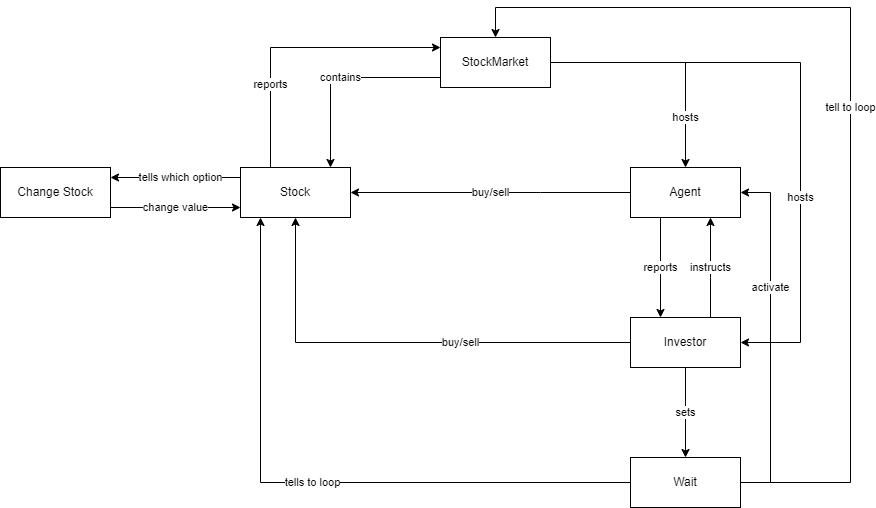
Above: final_project/documentation/system_block_diagram.png in zl8244/StockMarketSim (draw.io), before the change. Source tidied: cells renumbered, new cells last; positions are measured from the earlier drawing's top-left corner, leaving out a move shared by most shapes.
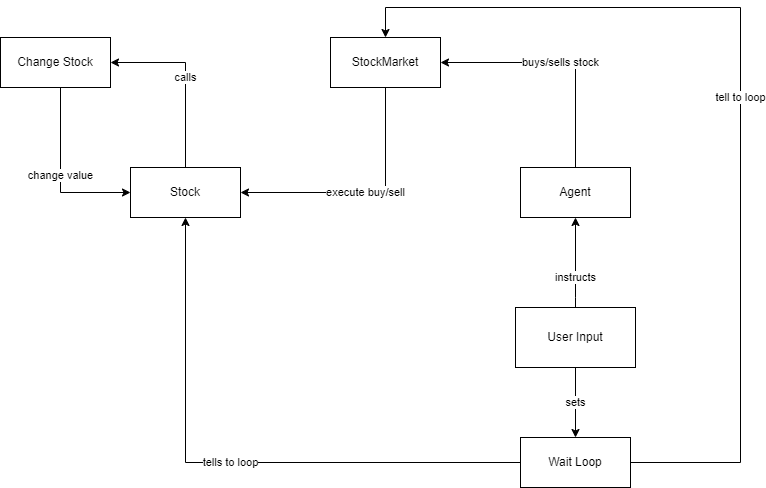
After the change.

Commit message:
Updated system block diagram

Diff of the diagram source:
```diff
@@ -2,118 +2,79 @@
   <root>
     <mxCell id="0" />
     <mxCell id="1" parent="0" />
-    <mxCell id="2" value="hosts" style="edgeStyle=orthogonalEdgeStyle;rounded=0;jettySize=auto;html=1;" parent="1" edge="1" source="5" target="11">
-      <mxGeometry x="0.58" relative="1" as="geometry" />
-    </mxCell>
-    <mxCell id="3" value="hosts" style="edgeStyle=orthogonalEdgeStyle;rounded=0;jettySize=auto;html=1;" parent="1" edge="1" source="5" target="15">
-      <mxGeometry x="0.31" relative="1" as="geometry">
-        <Array as="points">
-          <mxPoint x="800" y="55" />
-          <mxPoint x="800" y="335" />
-        </Array>
-      </mxGeometry>
-    </mxCell>
-    <mxCell id="4" value="contains" style="edgeStyle=orthogonalEdgeStyle;rounded=0;jettySize=auto;html=1;" parent="1" edge="1" source="5" target="8">
+    <mxCell id="4" value="execute buy/sell" style="edgeStyle=orthogonalEdgeStyle;rounded=0;jettySize=auto;html=1;" parent="1" edge="1" source="5" target="8">
       <mxGeometry relative="1" as="geometry">
         <Array as="points">
-          <mxPoint x="330" y="70" />
+          <mxPoint x="495" y="185" />
         </Array>
       </mxGeometry>
     </mxCell>
     <mxCell id="5" value="StockMarket" style="html=1;whiteSpace=wrap;" parent="1" vertex="1">
       <mxGeometry x="440" y="30" width="110" height="50" as="geometry" />
     </mxCell>
-    <mxCell id="6" value="reports" style="edgeStyle=orthogonalEdgeStyle;rounded=0;jettySize=auto;html=1;" parent="1" edge="1" source="8" target="5">
-      <mxGeometry x="-0.43" relative="1" as="geometry">
-        <Array as="points">
-          <mxPoint x="270" y="40" />
-        </Array>
-      </mxGeometry>
-    </mxCell>
-    <mxCell id="7" value="tells which option" style="edgeStyle=orthogonalEdgeStyle;rounded=0;jettySize=auto;html=1;" parent="1" edge="1" source="8" target="21">
-      <mxGeometry x="-0.08" relative="1" as="geometry">
+    <mxCell id="7" value="calls" style="edgeStyle=orthogonalEdgeStyle;rounded=0;jettySize=auto;html=1;" parent="1" edge="1" source="8" target="21">
+      <mxGeometry relative="1" as="geometry">
         <Array as="points">
-          <mxPoint x="180" y="170" />
-          <mxPoint x="180" y="170" />
+          <mxPoint x="295" y="55" />
         </Array>
       </mxGeometry>
     </mxCell>
     <mxCell id="8" value="Stock" style="html=1;whiteSpace=wrap;" parent="1" vertex="1">
       <mxGeometry x="240" y="160" width="110" height="50" as="geometry" />
     </mxCell>
-    <mxCell id="9" value="reports" style="edgeStyle=orthogonalEdgeStyle;rounded=0;jettySize=auto;html=1;" parent="1" edge="1" source="11" target="15">
-      <mxGeometry relative="1" as="geometry">
-        <Array as="points">
-          <mxPoint x="660" y="260" />
-          <mxPoint x="660" y="260" />
-        </Array>
-      </mxGeometry>
-    </mxCell>
-    <mxCell id="10" value="buy/sell" style="edgeStyle=orthogonalEdgeStyle;rounded=0;jettySize=auto;html=1;" parent="1" edge="1" source="11" target="8">
-      <mxGeometry relative="1" as="geometry">
-        <Array as="points">
-          <mxPoint x="540" y="185" />
-          <mxPoint x="540" y="185" />
-        </Array>
-      </mxGeometry>
-    </mxCell>
+    <mxCell id="22" value="buys/sells stock" style="edgeStyle=orthogonalEdgeStyle;rounded=0;jettySize=auto;html=1;" parent="1" edge="1" source="11" target="5">
+      <mxGeometry relative="1" as="geometry">
+        <Array as="points">
+          <mxPoint x="685" y="55" />
+        </Array>
+      </mxGeometry>
+    </mxCell>
     <mxCell id="11" value="Agent" style="html=1;whiteSpace=wrap;" parent="1" vertex="1">
       <mxGeometry x="630" y="160" width="110" height="50" as="geometry" />
     </mxCell>
-    <mxCell id="12" value="instructs" style="edgeStyle=orthogonalEdgeStyle;rounded=0;jettySize=auto;html=1;" parent="1" edge="1" source="15" target="11">
-      <mxGeometry relative="1" as="geometry">
+    <mxCell id="12" value="instructs" style="edgeStyle=orthogonalEdgeStyle;rounded=0;jettySize=auto;html=1;" parent="1" edge="1" source="23" target="11">
+      <mxGeometry x="-0.32" relative="1" as="geometry">
         <Array as="points">
-          <mxPoint x="710" y="270" />
-          <mxPoint x="710" y="270" />
+          <mxPoint x="685" y="290" />
+          <mxPoint x="685" y="290" />
         </Array>
       </mxGeometry>
     </mxCell>
-    <mxCell id="13" value="buy/sell" style="edgeStyle=orthogonalEdgeStyle;rounded=0;jettySize=auto;html=1;" parent="1" edge="1" source="15" target="8">
-      <mxGeometry x="-0.26" relative="1" as="geometry" />
-    </mxCell>
-    <mxCell id="14" value="sets" style="edgeStyle=orthogonalEdgeStyle;rounded=0;jettySize=auto;html=1;" parent="1" edge="1" source="15" target="19">
+    <mxCell id="14" value="sets" style="edgeStyle=orthogonalEdgeStyle;rounded=0;jettySize=auto;html=1;" parent="1" edge="1" source="23" target="19">
       <mxGeometry relative="1" as="geometry" />
     </mxCell>
-    <mxCell id="15" value="Investor" style="html=1;whiteSpace=wrap;" parent="1" vertex="1">
-      <mxGeometry x="630" y="310" width="110" height="50" as="geometry" />
-    </mxCell>
     <mxCell id="16" value="tell to loop" style="edgeStyle=orthogonalEdgeStyle;rounded=0;jettySize=auto;html=1;" parent="1" edge="1" source="19" target="5">
       <mxGeometry relative="1" as="geometry">
         <Array as="points">
-          <mxPoint x="850" y="475" />
+          <mxPoint x="850" y="455" />
           <mxPoint x="850" />
           <mxPoint x="495" />
         </Array>
       </mxGeometry>
     </mxCell>
-    <mxCell id="17" value="activate" style="edgeStyle=orthogonalEdgeStyle;rounded=0;jettySize=auto;html=1;" parent="1" edge="1" source="19" target="11">
-      <mxGeometry x="0.29" relative="1" as="geometry">
-        <Array as="points">
-          <mxPoint x="770" y="475" />
-          <mxPoint x="770" y="185" />
-        </Array>
-      </mxGeometry>
-    </mxCell>
     <mxCell id="18" value="tells to loop" style="edgeStyle=orthogonalEdgeStyle;rounded=0;jettySize=auto;html=1;" parent="1" edge="1" source="19" target="8">
       <mxGeometry relative="1" as="geometry">
         <Array as="points">
-          <mxPoint x="260" y="475" />
+          <mxPoint x="295" y="455" />
         </Array>
       </mxGeometry>
     </mxCell>
-    <mxCell id="19" value="Wait" style="html=1;whiteSpace=wrap;" parent="1" vertex="1">
-      <mxGeometry x="630" y="450" width="110" height="50" as="geometry" />
+    <mxCell id="19" value="Wait Loop" style="html=1;whiteSpace=wrap;" parent="1" vertex="1">
+      <mxGeometry x="630" y="430" width="110" height="50" as="geometry" />
     </mxCell>
     <mxCell id="20" value="change value" style="edgeStyle=orthogonalEdgeStyle;rounded=0;jettySize=auto;html=1;" parent="1" edge="1" source="21" target="8">
       <mxGeometry relative="1" as="geometry">
         <Array as="points">
-          <mxPoint x="170" y="200" />
-          <mxPoint x="170" y="200" />
+          <mxPoint x="170" y="185" />
+          <mxPoint x="170" y="185" />
         </Array>
       </mxGeometry>
     </mxCell>
     <mxCell id="21" value="Change Stock" style="html=1;whiteSpace=wrap;" parent="1" vertex="1">
-      <mxGeometry y="160" width="110" height="50" as="geometry" />
+      <mxGeometry x="110" y="30" width="110" height="50" as="geometry" />
     </mxCell>
+    <mxCell id="23" value="User Input" style="rounded=0;whiteSpace=wrap;html=1;" parent="1" vertex="1">
+      <mxGeometry x="625" y="300" width="120" height="60" as="geometry" />
+    </mxCell>
   </root>
 </mxGraphModel>
```
